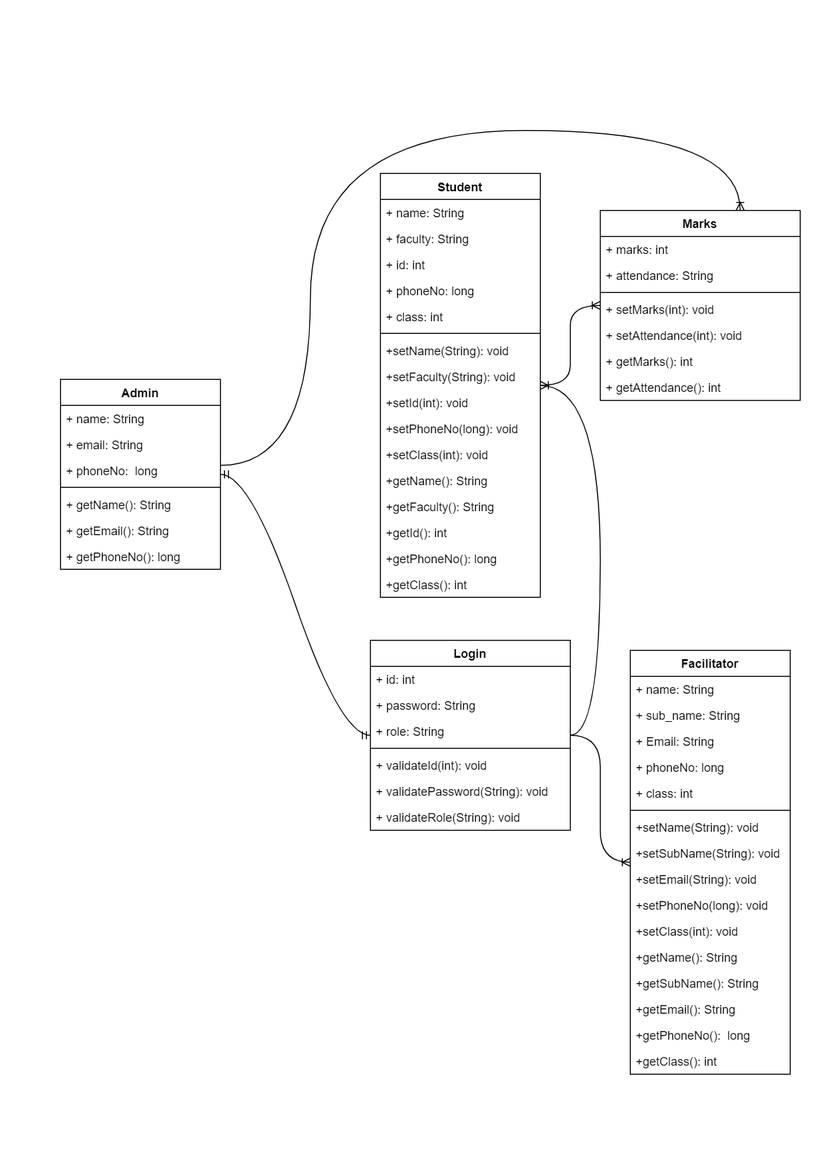
Above: DocumentPictures/rmsClassDiagram.png in manojtsx/ResultManagementSystem-JAVA (draw.io), before the change. Source tidied: cells renumbered, new cells last; positions are measured from the earlier drawing's top-left corner, leaving out a move shared by most shapes.
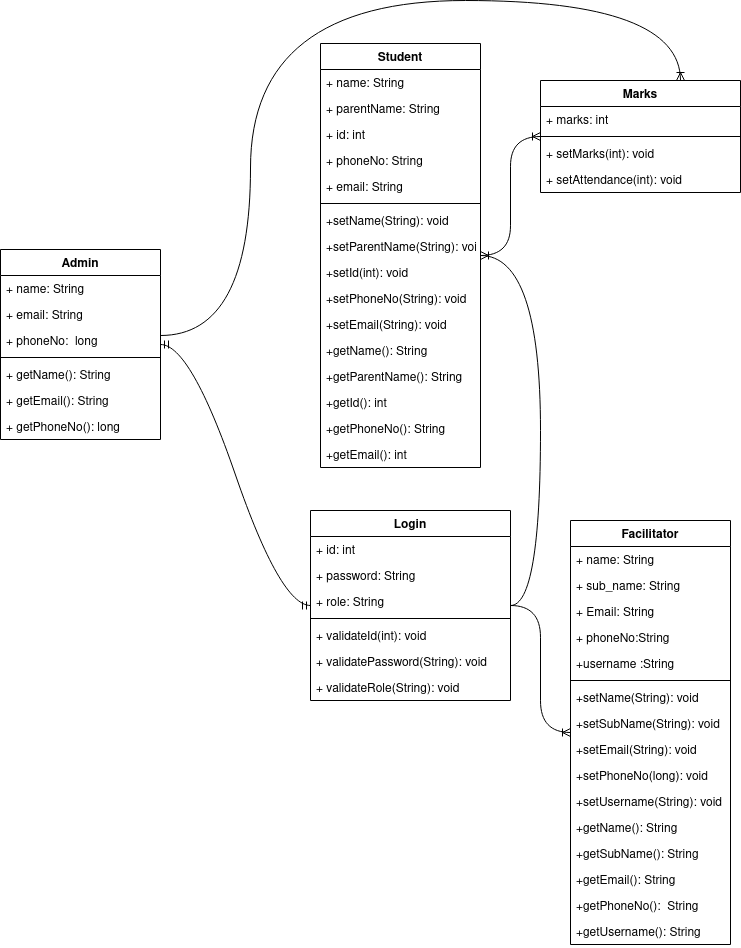
The same diagram one commit later.

Change to the diagram source:
```diff
@@ -32,16 +32,16 @@
     <mxCell id="11" value="+ name: String" style="text;strokeColor=none;fillColor=none;align=left;verticalAlign=top;spacingLeft=4;spacingRight=4;overflow=hidden;" parent="10" vertex="1">
       <mxGeometry y="26" width="160" height="26" as="geometry" />
     </mxCell>
-    <mxCell id="12" value="+ faculty: String" style="text;strokeColor=none;fillColor=none;align=left;verticalAlign=top;spacingLeft=4;spacingRight=4;overflow=hidden;" parent="10" vertex="1">
+    <mxCell id="12" value="+ parentName: String" style="text;strokeColor=none;fillColor=none;align=left;verticalAlign=top;spacingLeft=4;spacingRight=4;overflow=hidden;" parent="10" vertex="1">
       <mxGeometry y="52" width="160" height="26" as="geometry" />
     </mxCell>
     <mxCell id="13" value="+ id: int" style="text;strokeColor=none;fillColor=none;align=left;verticalAlign=top;spacingLeft=4;spacingRight=4;overflow=hidden;" parent="10" vertex="1">
       <mxGeometry y="78" width="160" height="26" as="geometry" />
     </mxCell>
-    <mxCell id="14" value="+ phoneNo: long" style="text;strokeColor=none;fillColor=none;align=left;verticalAlign=top;spacingLeft=4;spacingRight=4;overflow=hidden;" parent="10" vertex="1">
+    <mxCell id="14" value="+ phoneNo: String" style="text;strokeColor=none;fillColor=none;align=left;verticalAlign=top;spacingLeft=4;spacingRight=4;overflow=hidden;" parent="10" vertex="1">
       <mxGeometry y="104" width="160" height="26" as="geometry" />
     </mxCell>
-    <mxCell id="15" value="+ class: int" style="text;strokeColor=none;fillColor=none;align=left;verticalAlign=top;spacingLeft=4;spacingRight=4;overflow=hidden;" parent="10" vertex="1">
+    <mxCell id="15" value="+ email: String" style="text;strokeColor=none;fillColor=none;align=left;verticalAlign=top;spacingLeft=4;spacingRight=4;overflow=hidden;" parent="10" vertex="1">
       <mxGeometry y="130" width="160" height="26" as="geometry" />
     </mxCell>
     <mxCell id="16" style="line;strokeWidth=1;fillColor=none;align=left;verticalAlign=middle;spacingTop=-1;spacingLeft=3;spacingRight=3;labelPosition=right;strokeColor=inherit;" parent="10" vertex="1">
@@ -50,31 +50,31 @@
     <mxCell id="17" value="+setName(String): void&#10;" style="text;strokeColor=none;fillColor=none;align=left;verticalAlign=top;spacingLeft=4;spacingRight=4;overflow=hidden;" parent="10" vertex="1">
       <mxGeometry y="164" width="160" height="26" as="geometry" />
     </mxCell>
-    <mxCell id="18" value="+setFaculty(String): void&#10;" style="text;strokeColor=none;fillColor=none;align=left;verticalAlign=top;spacingLeft=4;spacingRight=4;overflow=hidden;" parent="10" vertex="1">
+    <mxCell id="18" value="+setParentName(String): void&#10;" style="text;strokeColor=none;fillColor=none;align=left;verticalAlign=top;spacingLeft=4;spacingRight=4;overflow=hidden;" parent="10" vertex="1">
       <mxGeometry y="190" width="160" height="26" as="geometry" />
     </mxCell>
     <mxCell id="19" value="+setId(int): void&#10;" style="text;strokeColor=none;fillColor=none;align=left;verticalAlign=top;spacingLeft=4;spacingRight=4;overflow=hidden;" parent="10" vertex="1">
       <mxGeometry y="216" width="160" height="26" as="geometry" />
     </mxCell>
-    <mxCell id="20" value="+setPhoneNo(long): void&#10;" style="text;strokeColor=none;fillColor=none;align=left;verticalAlign=top;spacingLeft=4;spacingRight=4;overflow=hidden;" parent="10" vertex="1">
+    <mxCell id="20" value="+setPhoneNo(String): void&#10;" style="text;strokeColor=none;fillColor=none;align=left;verticalAlign=top;spacingLeft=4;spacingRight=4;overflow=hidden;" parent="10" vertex="1">
       <mxGeometry y="242" width="160" height="26" as="geometry" />
     </mxCell>
-    <mxCell id="21" value="+setClass(int): void&#10;" style="text;strokeColor=none;fillColor=none;align=left;verticalAlign=top;spacingLeft=4;spacingRight=4;overflow=hidden;" parent="10" vertex="1">
+    <mxCell id="21" value="+setEmail(String): void&#10;" style="text;strokeColor=none;fillColor=none;align=left;verticalAlign=top;spacingLeft=4;spacingRight=4;overflow=hidden;" parent="10" vertex="1">
       <mxGeometry y="268" width="160" height="26" as="geometry" />
     </mxCell>
     <mxCell id="22" value="+getName(): String&#10;" style="text;strokeColor=none;fillColor=none;align=left;verticalAlign=top;spacingLeft=4;spacingRight=4;overflow=hidden;" parent="10" vertex="1">
       <mxGeometry y="294" width="160" height="26" as="geometry" />
     </mxCell>
-    <mxCell id="23" value="+getFaculty(): String&#10;" style="text;strokeColor=none;fillColor=none;align=left;verticalAlign=top;spacingLeft=4;spacingRight=4;overflow=hidden;" parent="10" vertex="1">
+    <mxCell id="23" value="+getParentName(): String&#10;" style="text;strokeColor=none;fillColor=none;align=left;verticalAlign=top;spacingLeft=4;spacingRight=4;overflow=hidden;" parent="10" vertex="1">
       <mxGeometry y="320" width="160" height="26" as="geometry" />
     </mxCell>
     <mxCell id="24" value="+getId(): int" style="text;strokeColor=none;fillColor=none;align=left;verticalAlign=top;spacingLeft=4;spacingRight=4;overflow=hidden;" parent="10" vertex="1">
       <mxGeometry y="346" width="160" height="26" as="geometry" />
     </mxCell>
-    <mxCell id="25" value="+getPhoneNo(): long" style="text;strokeColor=none;fillColor=none;align=left;verticalAlign=top;spacingLeft=4;spacingRight=4;overflow=hidden;" parent="10" vertex="1">
+    <mxCell id="25" value="+getPhoneNo(): String" style="text;strokeColor=none;fillColor=none;align=left;verticalAlign=top;spacingLeft=4;spacingRight=4;overflow=hidden;" parent="10" vertex="1">
       <mxGeometry y="372" width="160" height="26" as="geometry" />
     </mxCell>
-    <mxCell id="26" value="+getClass(): int&#10;" style="text;strokeColor=none;fillColor=none;align=left;verticalAlign=top;spacingLeft=4;spacingRight=4;overflow=hidden;" parent="10" vertex="1">
+    <mxCell id="26" value="+getEmail(): int&#10;" style="text;strokeColor=none;fillColor=none;align=left;verticalAlign=top;spacingLeft=4;spacingRight=4;overflow=hidden;" parent="10" vertex="1">
       <mxGeometry y="398" width="160" height="26" as="geometry" />
     </mxCell>
     <mxCell id="27" value="Facilitator" style="swimlane;fontStyle=1;align=center;verticalAlign=top;horizontal=1;startSize=26;" parent="1" vertex="1">
@@ -89,10 +89,10 @@
     <mxCell id="30" value="+ Email: String" style="text;strokeColor=none;fillColor=none;align=left;verticalAlign=top;spacingLeft=4;spacingRight=4;overflow=hidden;" parent="27" vertex="1">
       <mxGeometry y="78" width="160" height="26" as="geometry" />
     </mxCell>
-    <mxCell id="31" value="+ phoneNo: long" style="text;strokeColor=none;fillColor=none;align=left;verticalAlign=top;spacingLeft=4;spacingRight=4;overflow=hidden;" parent="27" vertex="1">
+    <mxCell id="31" value="+ phoneNo:String" style="text;strokeColor=none;fillColor=none;align=left;verticalAlign=top;spacingLeft=4;spacingRight=4;overflow=hidden;" parent="27" vertex="1">
       <mxGeometry y="104" width="160" height="26" as="geometry" />
     </mxCell>
-    <mxCell id="32" value="+ class: int" style="text;strokeColor=none;fillColor=none;align=left;verticalAlign=top;spacingLeft=4;spacingRight=4;overflow=hidden;" parent="27" vertex="1">
+    <mxCell id="32" value="+username :String" style="text;strokeColor=none;fillColor=none;align=left;verticalAlign=top;spacingLeft=4;spacingRight=4;overflow=hidden;" parent="27" vertex="1">
       <mxGeometry y="130" width="160" height="26" as="geometry" />
     </mxCell>
     <mxCell id="33" style="line;strokeWidth=1;fillColor=none;align=left;verticalAlign=middle;spacingTop=-1;spacingLeft=3;spacingRight=3;labelPosition=right;strokeColor=inherit;" parent="27" vertex="1">
@@ -110,7 +110,7 @@
     <mxCell id="37" value="+setPhoneNo(long): void&#10;" style="text;strokeColor=none;fillColor=none;align=left;verticalAlign=top;spacingLeft=4;spacingRight=4;overflow=hidden;" parent="27" vertex="1">
       <mxGeometry y="242" width="160" height="26" as="geometry" />
     </mxCell>
-    <mxCell id="38" value="+setClass(int): void&#10;" style="text;strokeColor=none;fillColor=none;align=left;verticalAlign=top;spacingLeft=4;spacingRight=4;overflow=hidden;" parent="27" vertex="1">
+    <mxCell id="38" value="+setUsername(String): void&#10;" style="text;strokeColor=none;fillColor=none;align=left;verticalAlign=top;spacingLeft=4;spacingRight=4;overflow=hidden;" parent="27" vertex="1">
       <mxGeometry y="268" width="160" height="26" as="geometry" />
     </mxCell>
     <mxCell id="39" value="+getName(): String&#10;" style="text;strokeColor=none;fillColor=none;align=left;verticalAlign=top;spacingLeft=4;spacingRight=4;overflow=hidden;" parent="27" vertex="1">
@@ -122,10 +122,10 @@
     <mxCell id="41" value="+getEmail(): String" style="text;strokeColor=none;fillColor=none;align=left;verticalAlign=top;spacingLeft=4;spacingRight=4;overflow=hidden;" parent="27" vertex="1">
       <mxGeometry y="346" width="160" height="26" as="geometry" />
     </mxCell>
-    <mxCell id="42" value="+getPhoneNo():  long" style="text;strokeColor=none;fillColor=none;align=left;verticalAlign=top;spacingLeft=4;spacingRight=4;overflow=hidden;" parent="27" vertex="1">
+    <mxCell id="42" value="+getPhoneNo():  String" style="text;strokeColor=none;fillColor=none;align=left;verticalAlign=top;spacingLeft=4;spacingRight=4;overflow=hidden;" parent="27" vertex="1">
       <mxGeometry y="372" width="160" height="26" as="geometry" />
     </mxCell>
-    <mxCell id="43" value="+getClass(): int&#10;" style="text;strokeColor=none;fillColor=none;align=left;verticalAlign=top;spacingLeft=4;spacingRight=4;overflow=hidden;" parent="27" vertex="1">
+    <mxCell id="43" value="+getUsername(): String&#10;" style="text;strokeColor=none;fillColor=none;align=left;verticalAlign=top;spacingLeft=4;spacingRight=4;overflow=hidden;" parent="27" vertex="1">
       <mxGeometry y="398" width="160" height="26" as="geometry" />
     </mxCell>
     <mxCell id="44" value="Login" style="swimlane;fontStyle=1;align=center;verticalAlign=top;horizontal=1;startSize=26;" parent="1" vertex="1">
@@ -153,29 +153,20 @@
       <mxGeometry y="164" width="200" height="26" as="geometry" />
     </mxCell>
     <mxCell id="52" value="Marks" style="swimlane;fontStyle=1;align=center;verticalAlign=top;horizontal=1;startSize=26;" parent="1" vertex="1">
-      <mxGeometry x="540" y="80" width="200" height="190" as="geometry" />
+      <mxGeometry x="540" y="80" width="200" height="112" as="geometry" />
     </mxCell>
     <mxCell id="53" value="+ marks: int" style="text;strokeColor=none;fillColor=none;align=left;verticalAlign=top;spacingLeft=4;spacingRight=4;overflow=hidden;" parent="52" vertex="1">
       <mxGeometry y="26" width="200" height="26" as="geometry" />
     </mxCell>
-    <mxCell id="54" value="+ attendance: String" style="text;strokeColor=none;fillColor=none;align=left;verticalAlign=top;spacingLeft=4;spacingRight=4;overflow=hidden;" parent="52" vertex="1">
-      <mxGeometry y="52" width="200" height="26" as="geometry" />
-    </mxCell>
     <mxCell id="55" style="line;strokeWidth=1;fillColor=none;align=left;verticalAlign=middle;spacingTop=-1;spacingLeft=3;spacingRight=3;labelPosition=right;strokeColor=inherit;" parent="52" vertex="1">
-      <mxGeometry y="78" width="200" height="8" as="geometry" />
+      <mxGeometry y="52" width="200" height="8" as="geometry" />
     </mxCell>
     <mxCell id="56" value="+ setMarks(int): void" style="text;strokeColor=none;fillColor=none;align=left;verticalAlign=top;spacingLeft=4;spacingRight=4;overflow=hidden;" parent="52" vertex="1">
-      <mxGeometry y="86" width="200" height="26" as="geometry" />
+      <mxGeometry y="60" width="200" height="26" as="geometry" />
     </mxCell>
     <mxCell id="57" value="+ setAttendance(int): void" style="text;strokeColor=none;fillColor=none;align=left;verticalAlign=top;spacingLeft=4;spacingRight=4;overflow=hidden;" parent="52" vertex="1">
-      <mxGeometry y="112" width="200" height="26" as="geometry" />
+      <mxGeometry y="86" width="200" height="26" as="geometry" />
     </mxCell>
-    <mxCell id="58" value="+ getMarks(): int" style="text;strokeColor=none;fillColor=none;align=left;verticalAlign=top;spacingLeft=4;spacingRight=4;overflow=hidden;" parent="52" vertex="1">
-      <mxGeometry y="138" width="200" height="26" as="geometry" />
-    </mxCell>
-    <mxCell id="59" value="+ getAttendance(): int" style="text;strokeColor=none;fillColor=none;align=left;verticalAlign=top;spacingLeft=4;spacingRight=4;overflow=hidden;" parent="52" vertex="1">
-      <mxGeometry y="164" width="200" height="26" as="geometry" />
-    </mxCell>
     <mxCell id="60" style="edgeStyle=entityRelationEdgeStyle;fontSize=12;html=1;endArrow=ERmandOne;startArrow=ERmandOne;curved=1;" parent="1" edge="1" source="44" target="2">
       <mxGeometry relative="1" as="geometry" />
     </mxCell>
```
